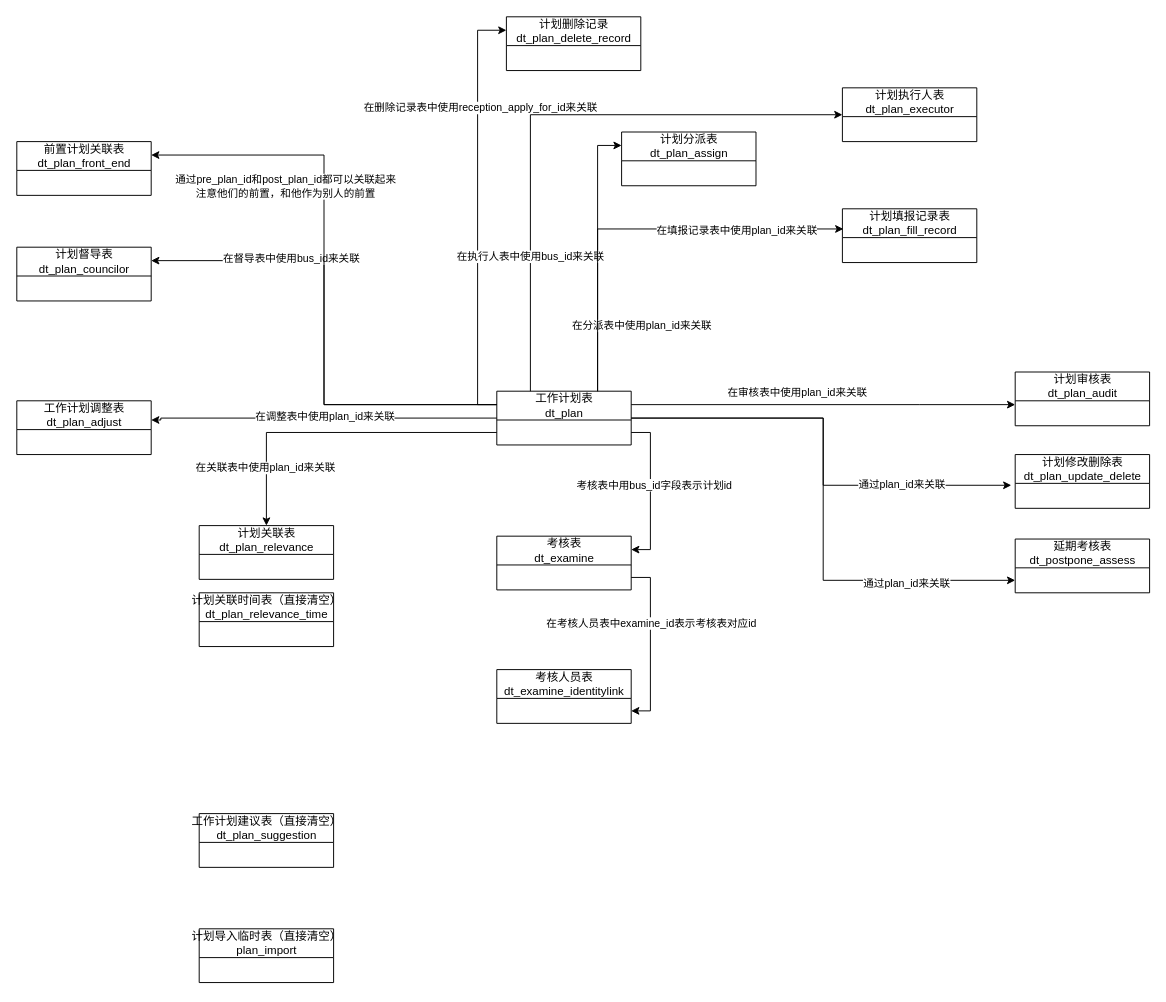
This is GuanDing_UserFlow.drawio from loverfang/mydiagrams, a draw.io file, before an edit. Source tidied: cells renumbered, new cells numbered last; positions are measured from the earlier drawing's top-left corner, leaving out a move shared by most shapes. Both pictures are drawn from the tidied source at 96%, with x=0, y=0 at pixel (16, 16).
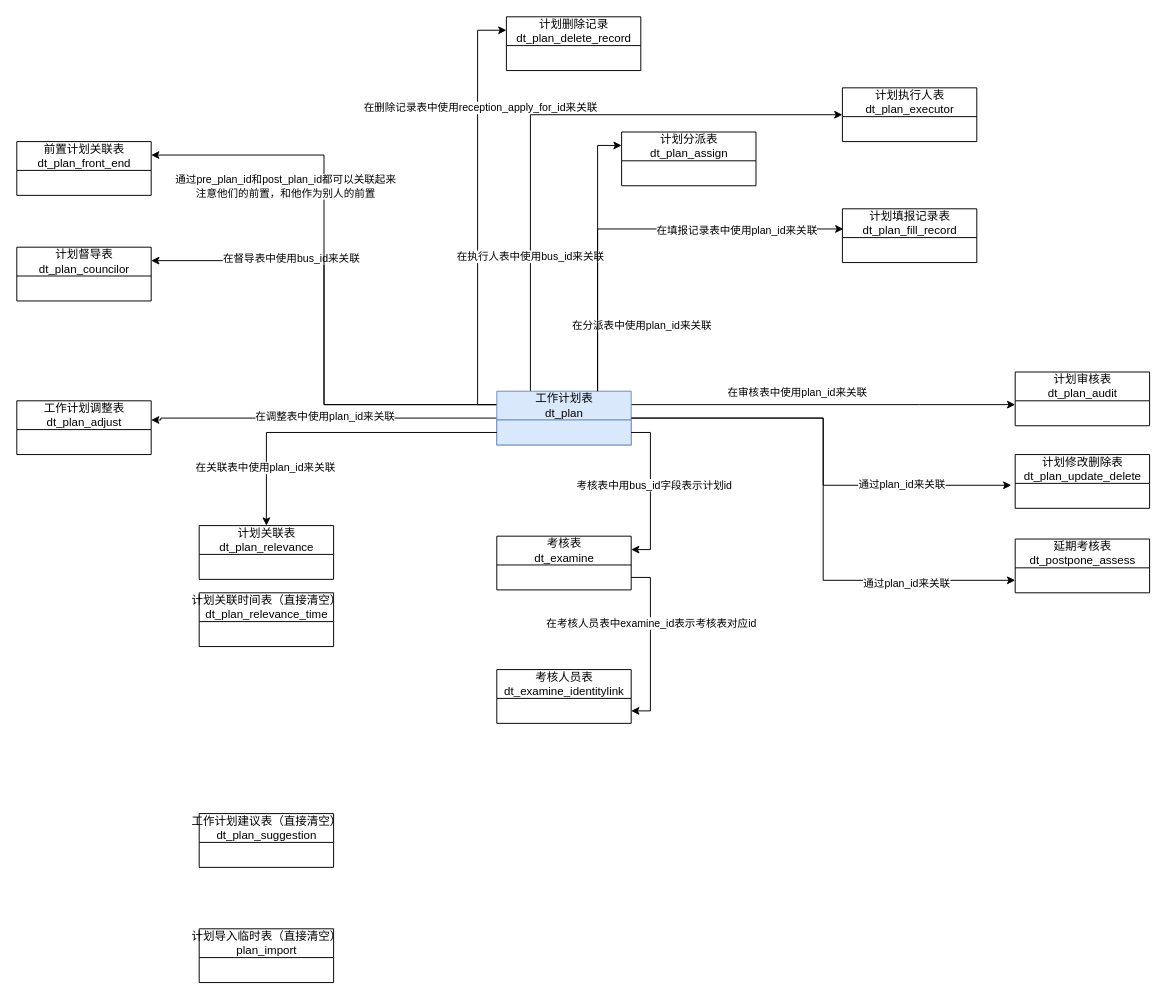
The same diagram, later.

What changed in the source:
```diff
@@
-    <mxCell id="18" value="工作计划表&lt;div&gt;dt_plan&lt;br&gt;&lt;/div&gt;" style="swimlane;fontStyle=0;horizontal=1;startSize=30;fillColor=none;html=1;" parent="1" vertex="1">
+    <mxCell id="18" value="工作计划表&lt;div&gt;dt_plan&lt;br&gt;&lt;/div&gt;" style="swimlane;fontStyle=0;horizontal=1;startSize=30;fillColor=#dae8fc;html=1;strokeColor=#6c8ebf;" parent="1" vertex="1">
       <mxGeometry x="500" y="390" width="140" height="56" as="geometry" />
     </mxCell>
-    <mxCell id="19" value="&amp;nbsp;" style="text;strokeColor=none;fillColor=none;align=left;verticalAlign=top;spacingLeft=4;spacingRight=4;overflow=hidden;points=[[0,0.5],[1,0.5]];portConstraint=eastwest;whiteSpace=wrap;html=1;" parent="18" vertex="1">
+    <mxCell id="19" value="&amp;nbsp;" style="text;strokeColor=#6c8ebf;fillColor=#dae8fc;align=left;verticalAlign=top;spacingLeft=4;spacingRight=4;overflow=hidden;points=[[0,0.5],[1,0.5]];portConstraint=eastwest;whiteSpace=wrap;html=1;" parent="18" vertex="1">
       <mxGeometry y="30" width="140" height="26" as="geometry" />
     </mxCell>
```
